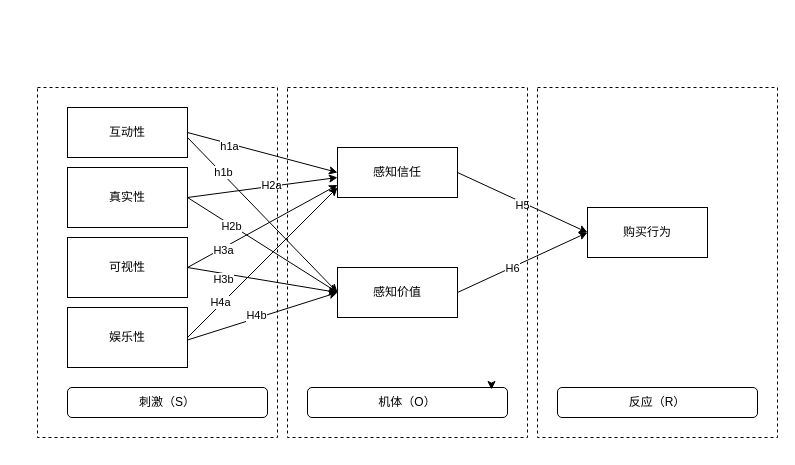
Earlier version of the draw.io diagram Untitled Diagram.drawio (pluto133/-). Source tidied: cells renumbered, new cells numbered last; positions are measured from the earlier drawing's top-left corner, leaving out a move shared by most shapes. Both pictures are drawn from the tidied source at 100%, with x=0, y=0 at pixel (37, 87).
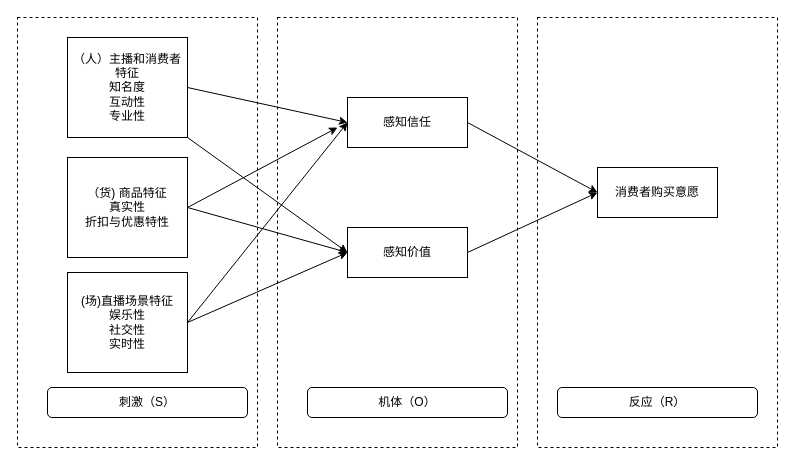
The same diagram, later.

Unchanged cells that the change refers to:
```xml
<mxCell id="12" style="endArrow=classic;html=1;rounded=0;exitX=1;exitY=0.5;exitDx=0;exitDy=0;entryX=0;entryY=0.5;entryDx=0;entryDy=0;" parent="1" edge="1" source="2" target="9">
  <mxGeometry relative="1" as="geometry" />
</mxCell>
<mxCell id="16" style="endArrow=classic;html=1;rounded=0;exitX=1;exitY=0.5;exitDx=0;exitDy=0;entryX=0;entryY=0.5;entryDx=0;entryDy=0;" parent="1" edge="1" target="10">
  <mxGeometry relative="1" as="geometry">
    <mxPoint x="150" y="50" as="sourcePoint" />
  </mxGeometry>
</mxCell>
<mxCell id="18" style="endArrow=classic;html=1;rounded=0;exitX=1;exitY=0.5;exitDx=0;exitDy=0;entryX=0;entryY=0.5;entryDx=0;entryDy=0;" parent="1" edge="1" source="5" target="10">
  <mxGeometry relative="1" as="geometry" />
</mxCell>
<mxCell id="20" style="endArrow=classic;html=1;rounded=0;exitX=1;exitY=0.5;exitDx=0;exitDy=0;entryX=0;entryY=0.5;entryDx=0;entryDy=0;" parent="1" edge="1" source="9" target="11">
  <mxGeometry relative="1" as="geometry" />
</mxCell>
<mxCell id="22" style="endArrow=classic;html=1;rounded=0;exitX=1;exitY=0.5;exitDx=0;exitDy=0;entryX=0;entryY=0.5;entryDx=0;entryDy=0;" parent="1" edge="1" source="10" target="11">
  <mxGeometry relative="1" as="geometry" />
</mxCell>
<mxCell id="24" style="endArrow=classic;html=1;rounded=0;exitX=1;exitY=0.5;exitDx=0;exitDy=0;entryX=0;entryY=0.5;entryDx=0;entryDy=0;" parent="1" edge="1" source="4" target="10">
  <mxGeometry relative="1" as="geometry" />
</mxCell>
```

Diff of the diagram source:
```diff
@@
-    <mxCell id="2" value="互动性" style="rounded=0;whiteSpace=wrap;html=1;" parent="1" vertex="1">
-      <mxGeometry x="30" y="20" width="120" height="50" as="geometry" />
+    <mxCell id="2" value="（人）主播和消费者特征&lt;br&gt;知名度&lt;br&gt;互动性&lt;br&gt;专业性" style="rounded=0;whiteSpace=wrap;html=1;" parent="1" vertex="1">
+      <mxGeometry x="30" y="-50" width="120" height="100" as="geometry" />
     </mxCell>
-    <mxCell id="3" value="娱乐性" style="rounded=0;whiteSpace=wrap;html=1;" parent="1" vertex="1">
-      <mxGeometry x="30" y="220" width="120" height="60" as="geometry" />
-    </mxCell>
-    <mxCell id="4" value="可视性" style="rounded=0;whiteSpace=wrap;html=1;" parent="1" vertex="1">
-      <mxGeometry x="30" y="150" width="120" height="60" as="geometry" />
+    <mxCell id="4" value="(场)直播场景特征&lt;br&gt;娱乐性&lt;br&gt;社交性&lt;br&gt;实时性" style="rounded=0;whiteSpace=wrap;html=1;" parent="1" vertex="1">
+      <mxGeometry x="30" y="185" width="120" height="100" as="geometry" />
     </mxCell>
-    <mxCell id="5" value="真实性" style="rounded=0;whiteSpace=wrap;html=1;" parent="1" vertex="1">
-      <mxGeometry x="30" y="80" width="120" height="60" as="geometry" />
+    <mxCell id="5" value="（货) 商品特征&lt;br&gt;真实性&lt;br&gt;折扣与优惠特性" style="rounded=0;whiteSpace=wrap;html=1;" parent="1" vertex="1">
+      <mxGeometry x="30" y="70" width="120" height="100" as="geometry" />
     </mxCell>
     <mxCell id="6" value="刺激（S）" style="rounded=1;whiteSpace=wrap;html=1;" parent="1" vertex="1">
-      <mxGeometry x="30" y="300" width="200" height="30" as="geometry" />
+      <mxGeometry x="10" y="300" width="200" height="30" as="geometry" />
     </mxCell>
@@
-    <mxCell id="8" value="机体（O）" style="rounded=1;whiteSpace=wrap;html=1;" parent="1" vertex="1">
-      <mxGeometry x="270" y="300" width="200" height="30" as="geometry" />
-    </mxCell>
     <mxCell id="9" value="感知信任" style="rounded=0;whiteSpace=wrap;html=1;" parent="1" vertex="1">
-      <mxGeometry x="300" y="60" width="120" height="50" as="geometry" />
+      <mxGeometry x="310" y="10" width="120" height="50" as="geometry" />
     </mxCell>
     <mxCell id="10" value="感知价值" style="rounded=0;whiteSpace=wrap;html=1;" parent="1" vertex="1">
-      <mxGeometry x="300" y="180" width="120" height="50" as="geometry" />
+      <mxGeometry x="310" y="140" width="120" height="50" as="geometry" />
     </mxCell>
-    <mxCell id="11" value="购买行为" style="rounded=0;whiteSpace=wrap;html=1;" parent="1" vertex="1">
-      <mxGeometry x="550" y="120" width="120" height="50" as="geometry" />
+    <mxCell id="11" value="消费者购买意愿" style="rounded=0;whiteSpace=wrap;html=1;" parent="1" vertex="1">
+      <mxGeometry x="560" y="80" width="120" height="50" as="geometry" />
     </mxCell>
@@
-    <mxCell id="13" value="h1a" style="edgeLabel;html=1;align=center;verticalAlign=middle;" parent="12" vertex="1">
-      <mxGeometry x="-0.45" y="-2" relative="1" as="geometry" />
-    </mxCell>
     <mxCell id="14" style="endArrow=classic;html=1;rounded=0;" parent="1" edge="1">
       <mxGeometry relative="1" as="geometry">
-        <mxPoint x="150" y="110" as="sourcePoint" />
-        <mxPoint x="300" y="90" as="targetPoint" />
+        <mxPoint x="150" y="120" as="sourcePoint" />
+        <mxPoint x="300" y="40" as="targetPoint" />
       </mxGeometry>
     </mxCell>
-    <mxCell id="15" value="H2a" style="edgeLabel;html=1;align=center;verticalAlign=middle;" parent="14" vertex="1">
-      <mxGeometry x="0.11" y="1" relative="1" as="geometry" />
-    </mxCell>
@@
-    <mxCell id="17" value="h1b" style="edgeLabel;html=1;align=center;verticalAlign=middle;" parent="16" vertex="1">
-      <mxGeometry x="-0.41" y="2" relative="1" as="geometry">
-        <mxPoint x="-10" y="-10" as="offset" />
-      </mxGeometry>
-    </mxCell>
@@
-    <mxCell id="19" value="H2b" style="edgeLabel;html=1;align=center;verticalAlign=middle;" parent="18" vertex="1">
-      <mxGeometry x="-0.4" relative="1" as="geometry">
-        <mxPoint x="-1" as="offset" />
-      </mxGeometry>
-    </mxCell>
@@
-    <mxCell id="21" value="H5" style="edgeLabel;html=1;align=center;verticalAlign=middle;" parent="20" vertex="1">
-      <mxGeometry x="0.01" y="-3" relative="1" as="geometry" />
-    </mxCell>
@@
-    <mxCell id="23" value="H6" style="edgeLabel;html=1;align=center;verticalAlign=middle;" parent="22" vertex="1">
-      <mxGeometry x="-0.16" y="-1" relative="1" as="geometry" />
-    </mxCell>
@@
-    <mxCell id="25" value="H3b" style="edgeLabel;html=1;align=center;verticalAlign=middle;" parent="24" vertex="1">
-      <mxGeometry x="-0.51" y="-5" relative="1" as="geometry" />
-    </mxCell>
-    <mxCell id="26" style="endArrow=classic;html=1;rounded=0;entryX=0;entryY=0.75;entryDx=0;entryDy=0;" parent="1" edge="1" target="9">
-      <mxGeometry relative="1" as="geometry">
-        <mxPoint x="150" y="180" as="sourcePoint" />
-      </mxGeometry>
-    </mxCell>
-    <mxCell id="27" value="H3a" style="edgeLabel;html=1;align=center;verticalAlign=middle;" parent="26" vertex="1">
-      <mxGeometry x="-0.54" y="-2" relative="1" as="geometry" />
-    </mxCell>
-    <mxCell id="28" style="endArrow=classic;html=1;rounded=0;exitX=1;exitY=0.5;exitDx=0;exitDy=0;" parent="1" edge="1">
-      <mxGeometry relative="1" as="geometry">
-        <mxPoint x="150" y="252.5" as="sourcePoint" />
-        <mxPoint x="300" y="205" as="targetPoint" />
-      </mxGeometry>
-    </mxCell>
-    <mxCell id="29" value="H4b" style="edgeLabel;html=1;align=center;verticalAlign=middle;" parent="28" vertex="1">
-      <mxGeometry x="-0.07" y="2" relative="1" as="geometry">
-        <mxPoint y="-1" as="offset" />
-      </mxGeometry>
-    </mxCell>
-    <mxCell id="30" style="endArrow=classic;html=1;rounded=0;exitX=1;exitY=0.5;exitDx=0;exitDy=0;" parent="1" edge="1" source="3">
-      <mxGeometry relative="1" as="geometry">
-        <mxPoint x="300" y="100" as="targetPoint" />
-      </mxGeometry>
-    </mxCell>
-    <mxCell id="31" value="H4a" style="edgeLabel;html=1;align=center;verticalAlign=middle;" parent="30" vertex="1">
-      <mxGeometry x="-0.55" y="2" relative="1" as="geometry" />
-    </mxCell>
     <mxCell id="32" style="rounded=0;whiteSpace=wrap;html=1;fillColor=none;dashed=1;" parent="1" vertex="1">
-      <mxGeometry width="240" height="350" as="geometry" />
+      <mxGeometry x="-20" y="-70" width="240" height="430" as="geometry" />
     </mxCell>
-    <mxCell id="33" style="edgeStyle=orthogonalEdgeStyle;rounded=0;orthogonalLoop=1;jettySize=auto;html=1;exitX=0.75;exitY=0;exitDx=0;exitDy=0;entryX=0.92;entryY=0.067;entryDx=0;entryDy=0;entryPerimeter=0;" parent="1" edge="1" source="8" target="8">
-      <mxGeometry relative="1" as="geometry" />
-    </mxCell>
-    <mxCell id="34" style="rounded=0;whiteSpace=wrap;html=1;fillColor=none;dashed=1;" parent="1" vertex="1">
-      <mxGeometry x="250" width="240" height="350" as="geometry" />
-    </mxCell>
     <mxCell id="35" style="rounded=0;whiteSpace=wrap;html=1;fillColor=none;dashed=1;" parent="1" vertex="1">
-      <mxGeometry x="500" width="240" height="350" as="geometry" />
+      <mxGeometry x="500" y="-70" width="240" height="430" as="geometry" />
     </mxCell>
+    <mxCell id="36" style="endArrow=classic;html=1;rounded=0;exitX=1;exitY=0.5;exitDx=0;exitDy=0;entryX=0;entryY=0.5;entryDx=0;entryDy=0;" parent="1" edge="1" source="4" target="9">
+      <mxGeometry relative="1" as="geometry" />
+    </mxCell>
+    <mxCell id="8" value="机体（O）" style="rounded=1;whiteSpace=wrap;html=1;" parent="1" vertex="1">
+      <mxGeometry x="270" y="300" width="200" height="30" as="geometry" />
+    </mxCell>
+    <mxCell id="37" style="rounded=0;whiteSpace=wrap;html=1;fillColor=none;dashed=1;" parent="1" vertex="1">
+      <mxGeometry x="240" y="-70" width="240" height="430" as="geometry" />
+    </mxCell>
```
